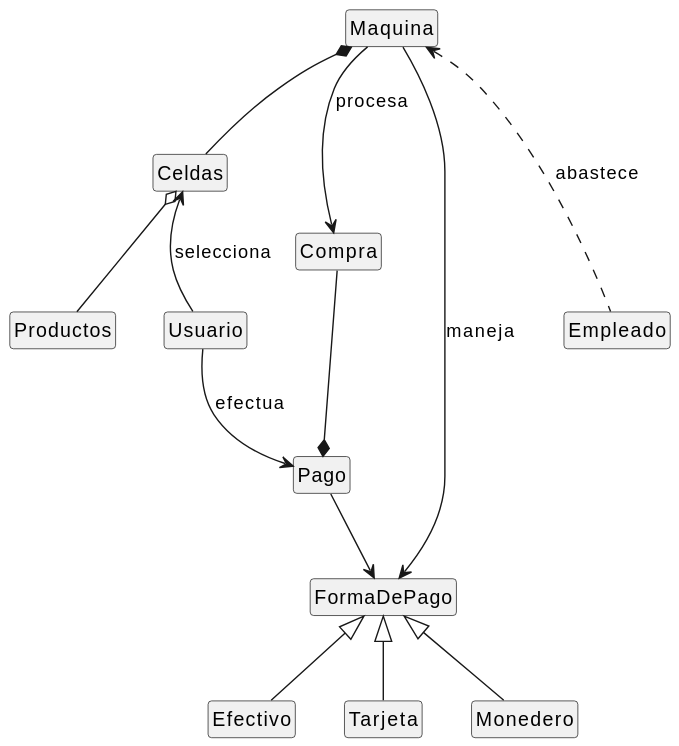
The PlantUML diagram documentos/modeloDeDominio/diagramaDeClases/diagramaDeClasesRelaciones.svg in mmasias/24-25-IdSw2-SDD, before a commit. Source of this version:
```plantuml
@startuml
hide empty members
hide circles

class Maquina
class FormaDePago
class Pago
class Usuario
class Productos
class Celdas
class Compra
class Empleado

Maquina --> FormaDePago : maneja
Maquina *-- Celdas
Maquina --> Compra : procesa
Celdas o-- Productos
Usuario -U-> Celdas : selecciona
Usuario --> Pago : efectua
Pago --> FormaDePago
Compra --* Pago
Empleado .U..> Maquina : abastece
FormaDePago <|-- Efectivo
FormaDePago <|-- Tarjeta
FormaDePago <|-- Monedero
@enduml
```
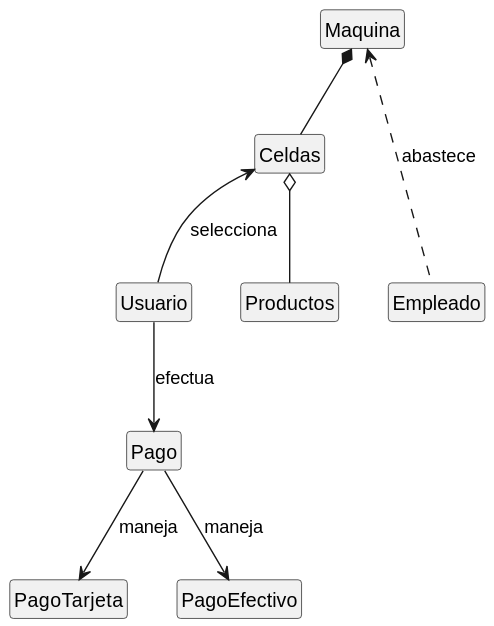
The same diagram one commit later.

Commit message:
feat: Actualizar diagrama de clases para incluir clases de pago y sus relaciones

Diff of the diagram source:
```diff
@@ -3,24 +3,19 @@
 hide circles
 
 class Maquina
-class FormaDePago
 class Pago
+class PagoTarjeta
+class PagoEfectivo
 class Usuario
 class Productos
 class Celdas
-class Compra
 class Empleado
 
-Maquina --> FormaDePago : maneja
 Maquina *-- Celdas
-Maquina --> Compra : procesa
 Celdas o-- Productos
 Usuario -U-> Celdas : selecciona
 Usuario --> Pago : efectua
-Pago --> FormaDePago
-Compra --* Pago
 Empleado .U..> Maquina : abastece
-FormaDePago <|-- Efectivo
-FormaDePago <|-- Tarjeta
-FormaDePago <|-- Monedero
+Pago --> PagoEfectivo : maneja
+Pago --> PagoTarjeta : maneja
 @enduml
```
